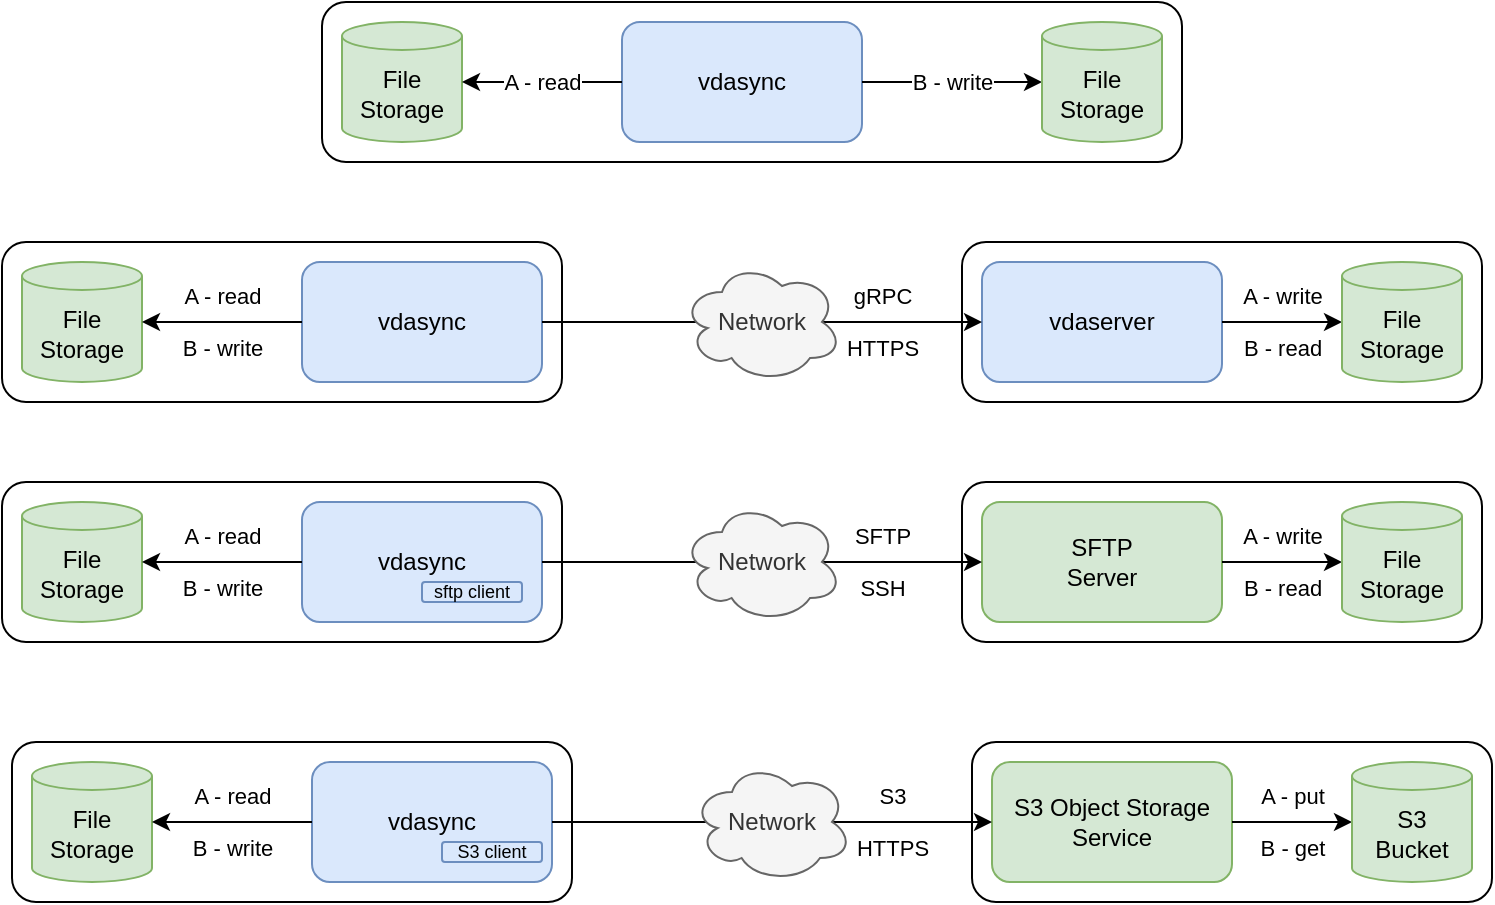
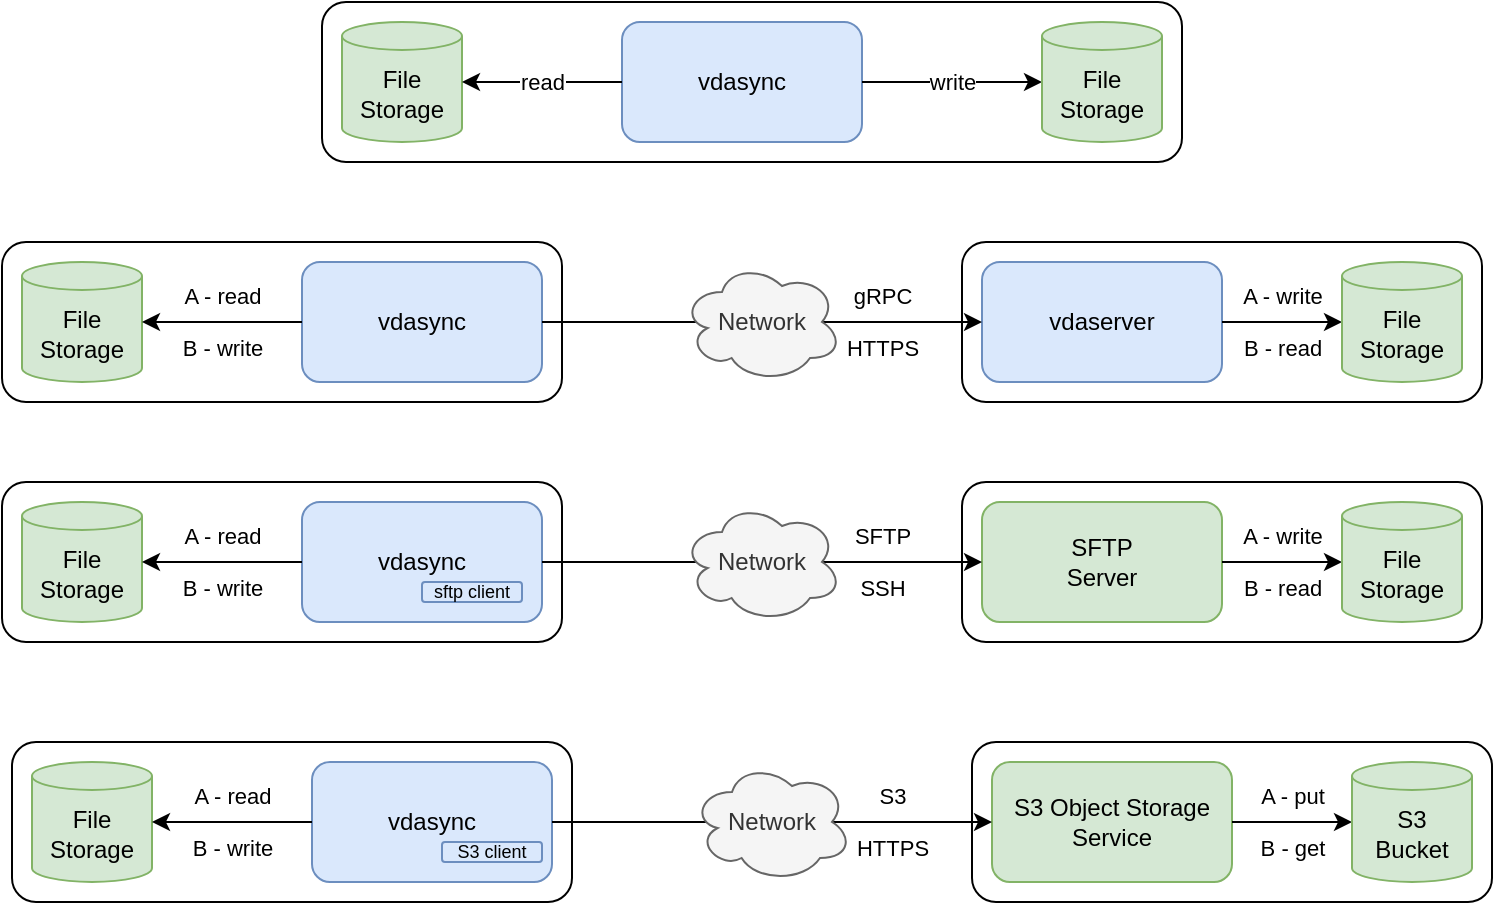
<mxfile host="app.diagrams.net">
  <diagram name="Page-1" id="6ysz2zWIvLRCD6Gy2NyM">
    <mxGraphModel grid="1" page="1" gridSize="10" guides="1" tooltips="1" connect="1" arrows="1" fold="1" pageScale="1" pageWidth="850" pageHeight="1100" math="0" shadow="0">
      <root>
        <mxCell id="0" />
        <mxCell id="1" parent="0" />
        <mxCell id="j9vlZ7B8MdPsywij8cZB-18" parent="1" style="rounded=1;whiteSpace=wrap;html=1;" value="" vertex="1">
          <mxGeometry height="80" width="260" x="470" y="140" as="geometry" />
        </mxCell>
        <mxCell id="j9vlZ7B8MdPsywij8cZB-13" parent="1" style="rounded=1;whiteSpace=wrap;html=1;fillColor=#dae8fc;strokeColor=#6c8ebf;" value="vdaserver" vertex="1">
          <mxGeometry height="60" width="120" x="480" y="150" as="geometry" />
        </mxCell>
        <mxCell id="j9vlZ7B8MdPsywij8cZB-14" edge="1" parent="1" source="j9vlZ7B8MdPsywij8cZB-13" style="endArrow=classic;html=1;rounded=0;exitX=1;exitY=0.5;exitDx=0;exitDy=0;entryX=0;entryY=0.5;entryDx=0;entryDy=0;entryPerimeter=0;labelBackgroundColor=none;" target="j9vlZ7B8MdPsywij8cZB-15" value="A - write&lt;div&gt;&lt;br&gt;&lt;/div&gt;&lt;div&gt;B - read&lt;/div&gt;">
          <mxGeometry height="50" relative="1" width="50" as="geometry">
            <mxPoint x="605" y="179.5" as="sourcePoint" />
            <mxPoint x="685" y="179.5" as="targetPoint" />
          </mxGeometry>
        </mxCell>
        <mxCell id="j9vlZ7B8MdPsywij8cZB-15" parent="1" style="shape=cylinder3;whiteSpace=wrap;html=1;boundedLbl=1;backgroundOutline=1;size=7;fillColor=#d5e8d4;strokeColor=#82b366;" value="File Storage" vertex="1">
          <mxGeometry height="60" width="60" x="660" y="150" as="geometry" />
        </mxCell>
        <mxCell id="j9vlZ7B8MdPsywij8cZB-6" parent="1" style="rounded=1;whiteSpace=wrap;html=1;" value="" vertex="1">
          <mxGeometry height="80" width="430" x="150" y="20" as="geometry" />
        </mxCell>
        <mxCell id="j9vlZ7B8MdPsywij8cZB-1" parent="1" style="rounded=1;whiteSpace=wrap;html=1;fillColor=#dae8fc;strokeColor=#6c8ebf;" value="vdasync" vertex="1">
          <mxGeometry height="60" width="120" x="300" y="30" as="geometry" />
        </mxCell>
        <mxCell id="j9vlZ7B8MdPsywij8cZB-2" parent="1" style="shape=cylinder3;whiteSpace=wrap;html=1;boundedLbl=1;backgroundOutline=1;size=7;fillColor=#d5e8d4;strokeColor=#82b366;" value="File Storage" vertex="1">
          <mxGeometry height="60" width="60" x="160" y="30" as="geometry" />
        </mxCell>
-         <mxCell id="j9vlZ7B8MdPsywij8cZB-4" edge="1" parent="1" source="j9vlZ7B8MdPsywij8cZB-1" style="endArrow=classic;html=1;rounded=0;exitX=1;exitY=0.5;exitDx=0;exitDy=0;entryX=0;entryY=0.5;entryDx=0;entryDy=0;entryPerimeter=0;" target="j9vlZ7B8MdPsywij8cZB-5" value="B - write">
+         <mxCell id="j9vlZ7B8MdPsywij8cZB-4" edge="1" parent="1" source="j9vlZ7B8MdPsywij8cZB-1" style="endArrow=classic;html=1;rounded=0;exitX=1;exitY=0.5;exitDx=0;exitDy=0;entryX=0;entryY=0.5;entryDx=0;entryDy=0;entryPerimeter=0;" target="j9vlZ7B8MdPsywij8cZB-5" value="write">
          <mxGeometry height="50" relative="1" width="50" as="geometry">
            <mxPoint x="425" y="59.5" as="sourcePoint" />
            <mxPoint x="505" y="59.5" as="targetPoint" />
          </mxGeometry>
        </mxCell>
        <mxCell id="j9vlZ7B8MdPsywij8cZB-5" parent="1" style="shape=cylinder3;whiteSpace=wrap;html=1;boundedLbl=1;backgroundOutline=1;size=7;fillColor=#d5e8d4;strokeColor=#82b366;" value="File Storage" vertex="1">
          <mxGeometry height="60" width="60" x="510" y="30" as="geometry" />
        </mxCell>
        <mxCell id="j9vlZ7B8MdPsywij8cZB-7" parent="1" style="rounded=1;whiteSpace=wrap;html=1;" value="" vertex="1">
          <mxGeometry height="80" width="280" x="-10" y="140" as="geometry" />
        </mxCell>
        <mxCell id="j9vlZ7B8MdPsywij8cZB-8" parent="1" style="rounded=1;whiteSpace=wrap;html=1;fillColor=#dae8fc;strokeColor=#6c8ebf;" value="vdasync" vertex="1">
          <mxGeometry height="60" width="120" x="140" y="150" as="geometry" />
        </mxCell>
        <mxCell id="j9vlZ7B8MdPsywij8cZB-9" parent="1" style="shape=cylinder3;whiteSpace=wrap;html=1;boundedLbl=1;backgroundOutline=1;size=7;fillColor=#d5e8d4;strokeColor=#82b366;" value="File Storage" vertex="1">
          <mxGeometry height="60" width="60" y="150" as="geometry" />
        </mxCell>
        <mxCell id="j9vlZ7B8MdPsywij8cZB-10" edge="1" parent="1" source="j9vlZ7B8MdPsywij8cZB-8" style="endArrow=classic;html=1;rounded=0;exitX=0;exitY=0.5;exitDx=0;exitDy=0;entryX=1;entryY=0.5;entryDx=0;entryDy=0;entryPerimeter=0;labelBackgroundColor=none;" target="j9vlZ7B8MdPsywij8cZB-9" value="A - read&lt;div&gt;&lt;br&gt;&lt;/div&gt;&lt;div&gt;B - write&lt;/div&gt;">
          <mxGeometry height="50" relative="1" width="50" as="geometry">
            <mxPoint x="220" y="520" as="sourcePoint" />
            <mxPoint x="90" y="280" as="targetPoint" />
          </mxGeometry>
        </mxCell>
        <mxCell id="j9vlZ7B8MdPsywij8cZB-11" edge="1" parent="1" source="j9vlZ7B8MdPsywij8cZB-8" style="endArrow=classic;html=1;rounded=0;exitX=1;exitY=0.5;exitDx=0;exitDy=0;labelBackgroundColor=none;" target="j9vlZ7B8MdPsywij8cZB-13" value="gRPC&lt;div&gt;&lt;br&gt;&lt;/div&gt;&lt;div&gt;HTTPS&lt;/div&gt;">
          <mxGeometry height="50" relative="1" width="50" x="0.5455" as="geometry">
            <mxPoint as="offset" />
            <mxPoint x="265" y="179.5" as="sourcePoint" />
            <mxPoint x="320" y="180" as="targetPoint" />
          </mxGeometry>
        </mxCell>
-         <mxCell id="j9vlZ7B8MdPsywij8cZB-19" edge="1" parent="1" source="j9vlZ7B8MdPsywij8cZB-1" style="endArrow=classic;html=1;rounded=0;entryX=1;entryY=0.5;entryDx=0;entryDy=0;entryPerimeter=0;" target="j9vlZ7B8MdPsywij8cZB-2" value="A - read">
+         <mxCell id="j9vlZ7B8MdPsywij8cZB-19" edge="1" parent="1" source="j9vlZ7B8MdPsywij8cZB-1" style="endArrow=classic;html=1;rounded=0;entryX=1;entryY=0.5;entryDx=0;entryDy=0;entryPerimeter=0;" target="j9vlZ7B8MdPsywij8cZB-2" value="read">
          <mxGeometry height="50" relative="1" width="50" as="geometry">
            <mxPoint x="390" y="320" as="sourcePoint" />
            <mxPoint x="440" y="270" as="targetPoint" />
          </mxGeometry>
        </mxCell>
        <mxCell id="j9vlZ7B8MdPsywij8cZB-16" parent="1" style="ellipse;shape=cloud;whiteSpace=wrap;html=1;fillColor=#f5f5f5;fontColor=#333333;strokeColor=#666666;" value="Network" vertex="1">
          <mxGeometry height="60" width="80" x="330" y="150" as="geometry" />
        </mxCell>
        <mxCell id="j9vlZ7B8MdPsywij8cZB-21" parent="1" style="rounded=1;whiteSpace=wrap;html=1;" value="" vertex="1">
          <mxGeometry height="80" width="260" x="470" y="260" as="geometry" />
        </mxCell>
        <mxCell id="j9vlZ7B8MdPsywij8cZB-22" parent="1" style="rounded=1;whiteSpace=wrap;html=1;fillColor=#d5e8d4;strokeColor=#82b366;" value="SFTP&lt;div&gt;Server&lt;/div&gt;" vertex="1">
          <mxGeometry height="60" width="120" x="480" y="270" as="geometry" />
        </mxCell>
        <mxCell id="j9vlZ7B8MdPsywij8cZB-23" edge="1" parent="1" source="j9vlZ7B8MdPsywij8cZB-22" style="endArrow=classic;html=1;rounded=0;exitX=1;exitY=0.5;exitDx=0;exitDy=0;entryX=0;entryY=0.5;entryDx=0;entryDy=0;entryPerimeter=0;labelBackgroundColor=none;" target="j9vlZ7B8MdPsywij8cZB-24" value="A - write&lt;div&gt;&lt;br&gt;&lt;/div&gt;&lt;div&gt;B - read&lt;/div&gt;">
          <mxGeometry height="50" relative="1" width="50" as="geometry">
            <mxPoint x="605" y="299.5" as="sourcePoint" />
            <mxPoint x="685" y="299.5" as="targetPoint" />
          </mxGeometry>
        </mxCell>
        <mxCell id="j9vlZ7B8MdPsywij8cZB-24" parent="1" style="shape=cylinder3;whiteSpace=wrap;html=1;boundedLbl=1;backgroundOutline=1;size=7;fillColor=#d5e8d4;strokeColor=#82b366;" value="File Storage" vertex="1">
          <mxGeometry height="60" width="60" x="660" y="270" as="geometry" />
        </mxCell>
        <mxCell id="j9vlZ7B8MdPsywij8cZB-25" parent="1" style="rounded=1;whiteSpace=wrap;html=1;" value="" vertex="1">
          <mxGeometry height="80" width="280" x="-10" y="260" as="geometry" />
        </mxCell>
        <mxCell id="j9vlZ7B8MdPsywij8cZB-26" parent="1" style="rounded=1;whiteSpace=wrap;html=1;fillColor=#dae8fc;strokeColor=#6c8ebf;" value="vdasync" vertex="1">
          <mxGeometry height="60" width="120" x="140" y="270" as="geometry" />
        </mxCell>
        <mxCell id="j9vlZ7B8MdPsywij8cZB-27" parent="1" style="shape=cylinder3;whiteSpace=wrap;html=1;boundedLbl=1;backgroundOutline=1;size=7;fillColor=#d5e8d4;strokeColor=#82b366;" value="File Storage" vertex="1">
          <mxGeometry height="60" width="60" y="270" as="geometry" />
        </mxCell>
        <mxCell id="j9vlZ7B8MdPsywij8cZB-28" edge="1" parent="1" source="j9vlZ7B8MdPsywij8cZB-26" style="endArrow=classic;html=1;rounded=0;exitX=0;exitY=0.5;exitDx=0;exitDy=0;entryX=1;entryY=0.5;entryDx=0;entryDy=0;entryPerimeter=0;labelBackgroundColor=none;" target="j9vlZ7B8MdPsywij8cZB-27" value="A - read&lt;div&gt;&lt;br&gt;&lt;/div&gt;&lt;div&gt;B - write&lt;/div&gt;">
          <mxGeometry height="50" relative="1" width="50" as="geometry">
            <mxPoint x="220" y="640" as="sourcePoint" />
            <mxPoint x="90" y="400" as="targetPoint" />
          </mxGeometry>
        </mxCell>
        <mxCell id="j9vlZ7B8MdPsywij8cZB-29" edge="1" parent="1" source="j9vlZ7B8MdPsywij8cZB-26" style="endArrow=classic;html=1;rounded=0;exitX=1;exitY=0.5;exitDx=0;exitDy=0;labelBackgroundColor=none;" target="j9vlZ7B8MdPsywij8cZB-22" value="SFTP&lt;div&gt;&lt;br&gt;&lt;/div&gt;&lt;div&gt;SSH&lt;/div&gt;">
          <mxGeometry height="50" relative="1" width="50" x="0.5455" as="geometry">
            <mxPoint as="offset" />
            <mxPoint x="265" y="299.5" as="sourcePoint" />
            <mxPoint x="320" y="300" as="targetPoint" />
          </mxGeometry>
        </mxCell>
        <mxCell id="j9vlZ7B8MdPsywij8cZB-30" parent="1" style="ellipse;shape=cloud;whiteSpace=wrap;html=1;fillColor=#f5f5f5;fontColor=#333333;strokeColor=#666666;" value="Network" vertex="1">
          <mxGeometry height="60" width="80" x="330" y="270" as="geometry" />
        </mxCell>
        <mxCell id="j9vlZ7B8MdPsywij8cZB-31" parent="1" style="rounded=1;whiteSpace=wrap;html=1;" value="" vertex="1">
          <mxGeometry height="80" width="260" x="475" y="390" as="geometry" />
        </mxCell>
        <mxCell id="j9vlZ7B8MdPsywij8cZB-32" parent="1" style="rounded=1;whiteSpace=wrap;html=1;fillColor=#d5e8d4;strokeColor=#82b366;" value="S3 Object Storage&lt;div&gt;Service&lt;/div&gt;" vertex="1">
          <mxGeometry height="60" width="120" x="485" y="400" as="geometry" />
        </mxCell>
        <mxCell id="j9vlZ7B8MdPsywij8cZB-33" edge="1" parent="1" source="j9vlZ7B8MdPsywij8cZB-32" style="endArrow=classic;html=1;rounded=0;exitX=1;exitY=0.5;exitDx=0;exitDy=0;entryX=0;entryY=0.5;entryDx=0;entryDy=0;entryPerimeter=0;labelBackgroundColor=none;" target="j9vlZ7B8MdPsywij8cZB-34" value="A - put&lt;div&gt;&lt;br&gt;&lt;/div&gt;&lt;div&gt;B - get&lt;/div&gt;">
          <mxGeometry height="50" relative="1" width="50" as="geometry">
            <mxPoint x="610" y="429.5" as="sourcePoint" />
            <mxPoint x="690" y="429.5" as="targetPoint" />
          </mxGeometry>
        </mxCell>
        <mxCell id="j9vlZ7B8MdPsywij8cZB-34" parent="1" style="shape=cylinder3;whiteSpace=wrap;html=1;boundedLbl=1;backgroundOutline=1;size=7;fillColor=#d5e8d4;strokeColor=#82b366;" value="S3&lt;div&gt;Bucket&lt;/div&gt;" vertex="1">
          <mxGeometry height="60" width="60" x="665" y="400" as="geometry" />
        </mxCell>
        <mxCell id="j9vlZ7B8MdPsywij8cZB-35" parent="1" style="rounded=1;whiteSpace=wrap;html=1;" value="" vertex="1">
          <mxGeometry height="80" width="280" x="-5" y="390" as="geometry" />
        </mxCell>
        <mxCell id="j9vlZ7B8MdPsywij8cZB-36" parent="1" style="rounded=1;whiteSpace=wrap;html=1;fillColor=#dae8fc;strokeColor=#6c8ebf;" value="vdasync" vertex="1">
          <mxGeometry height="60" width="120" x="145" y="400" as="geometry" />
        </mxCell>
        <mxCell id="j9vlZ7B8MdPsywij8cZB-37" parent="1" style="shape=cylinder3;whiteSpace=wrap;html=1;boundedLbl=1;backgroundOutline=1;size=7;fillColor=#d5e8d4;strokeColor=#82b366;" value="File Storage" vertex="1">
          <mxGeometry height="60" width="60" x="5" y="400" as="geometry" />
        </mxCell>
        <mxCell id="j9vlZ7B8MdPsywij8cZB-38" edge="1" parent="1" source="j9vlZ7B8MdPsywij8cZB-36" style="endArrow=classic;html=1;rounded=0;exitX=0;exitY=0.5;exitDx=0;exitDy=0;entryX=1;entryY=0.5;entryDx=0;entryDy=0;entryPerimeter=0;labelBackgroundColor=none;" target="j9vlZ7B8MdPsywij8cZB-37" value="A - read&lt;div&gt;&lt;br&gt;&lt;/div&gt;&lt;div&gt;B - write&lt;/div&gt;">
          <mxGeometry height="50" relative="1" width="50" as="geometry">
            <mxPoint x="225" y="770" as="sourcePoint" />
            <mxPoint x="95" y="530" as="targetPoint" />
          </mxGeometry>
        </mxCell>
        <mxCell id="j9vlZ7B8MdPsywij8cZB-39" edge="1" parent="1" source="j9vlZ7B8MdPsywij8cZB-36" style="endArrow=classic;html=1;rounded=0;exitX=1;exitY=0.5;exitDx=0;exitDy=0;labelBackgroundColor=none;" target="j9vlZ7B8MdPsywij8cZB-32" value="S3&lt;div&gt;&lt;br&gt;&lt;div&gt;HTTPS&lt;/div&gt;&lt;/div&gt;">
          <mxGeometry height="50" relative="1" width="50" x="0.5455" as="geometry">
            <mxPoint as="offset" />
            <mxPoint x="270" y="429.5" as="sourcePoint" />
            <mxPoint x="325" y="430" as="targetPoint" />
          </mxGeometry>
        </mxCell>
        <mxCell id="j9vlZ7B8MdPsywij8cZB-40" parent="1" style="ellipse;shape=cloud;whiteSpace=wrap;html=1;fillColor=#f5f5f5;strokeColor=#666666;fontColor=#333333;" value="Network" vertex="1">
          <mxGeometry height="60" width="80" x="335" y="400" as="geometry" />
        </mxCell>
        <mxCell id="j9vlZ7B8MdPsywij8cZB-41" parent="1" style="rounded=1;whiteSpace=wrap;html=1;fontSize=9;fillColor=#dae8fc;strokeColor=#6c8ebf;" value="sftp client" vertex="1">
          <mxGeometry height="10" width="50" x="200" y="310" as="geometry" />
        </mxCell>
        <mxCell id="j9vlZ7B8MdPsywij8cZB-42" parent="1" style="rounded=1;whiteSpace=wrap;html=1;fontSize=9;fillColor=#dae8fc;strokeColor=#6c8ebf;" value="S3 client" vertex="1">
          <mxGeometry height="10" width="50" x="210" y="440" as="geometry" />
        </mxCell>
      </root>
    </mxGraphModel>
  </diagram>
</mxfile>
